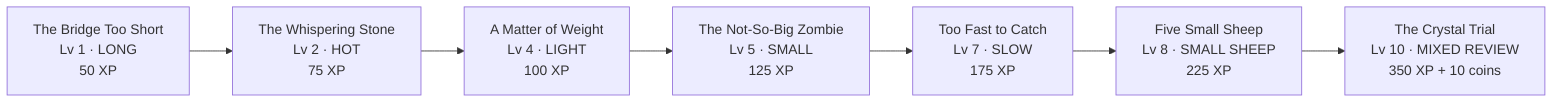
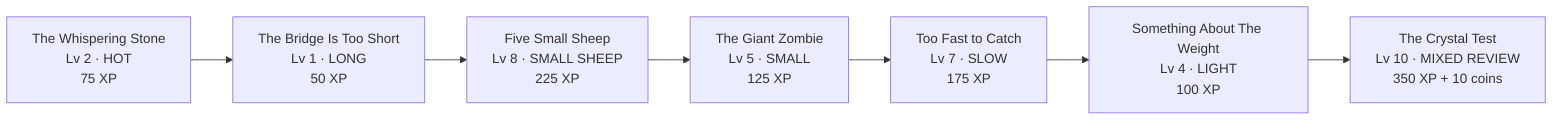
flowchart LR
-   Q1["The Bridge Too Short<br/>Lv 1 · LONG<br/>50 XP"]
-   Q2["The Whispering Stone<br/>Lv 2 · HOT<br/>75 XP"]
-   Q3["A Matter of Weight<br/>Lv 4 · LIGHT<br/>100 XP"]
-   Q4["The Not-So-Big Zombie<br/>Lv 5 · SMALL<br/>125 XP"]
+   Q1["The Whispering Stone<br/>Lv 2 · HOT<br/>75 XP"]
+   Q2["The Bridge Is Too Short<br/>Lv 1 · LONG<br/>50 XP"]
+   Q3["Five Small Sheep<br/>Lv 8 · SMALL SHEEP<br/>225 XP"]
+   Q4["The Giant Zombie<br/>Lv 5 · SMALL<br/>125 XP"]
  Q5["Too Fast to Catch<br/>Lv 7 · SLOW<br/>175 XP"]
-   Q6["Five Small Sheep<br/>Lv 8 · SMALL SHEEP<br/>225 XP"]
-   Q7["The Crystal Trial<br/>Lv 10 · MIXED REVIEW<br/>350 XP + 10 coins"]
+   Q6["Something About The Weight<br/>Lv 4 · LIGHT<br/>100 XP"]
+   Q7["The Crystal Test<br/>Lv 10 · MIXED REVIEW<br/>350 XP + 10 coins"]

  Q1 --> Q2 --> Q3 --> Q4 --> Q5 --> Q6 --> Q7
